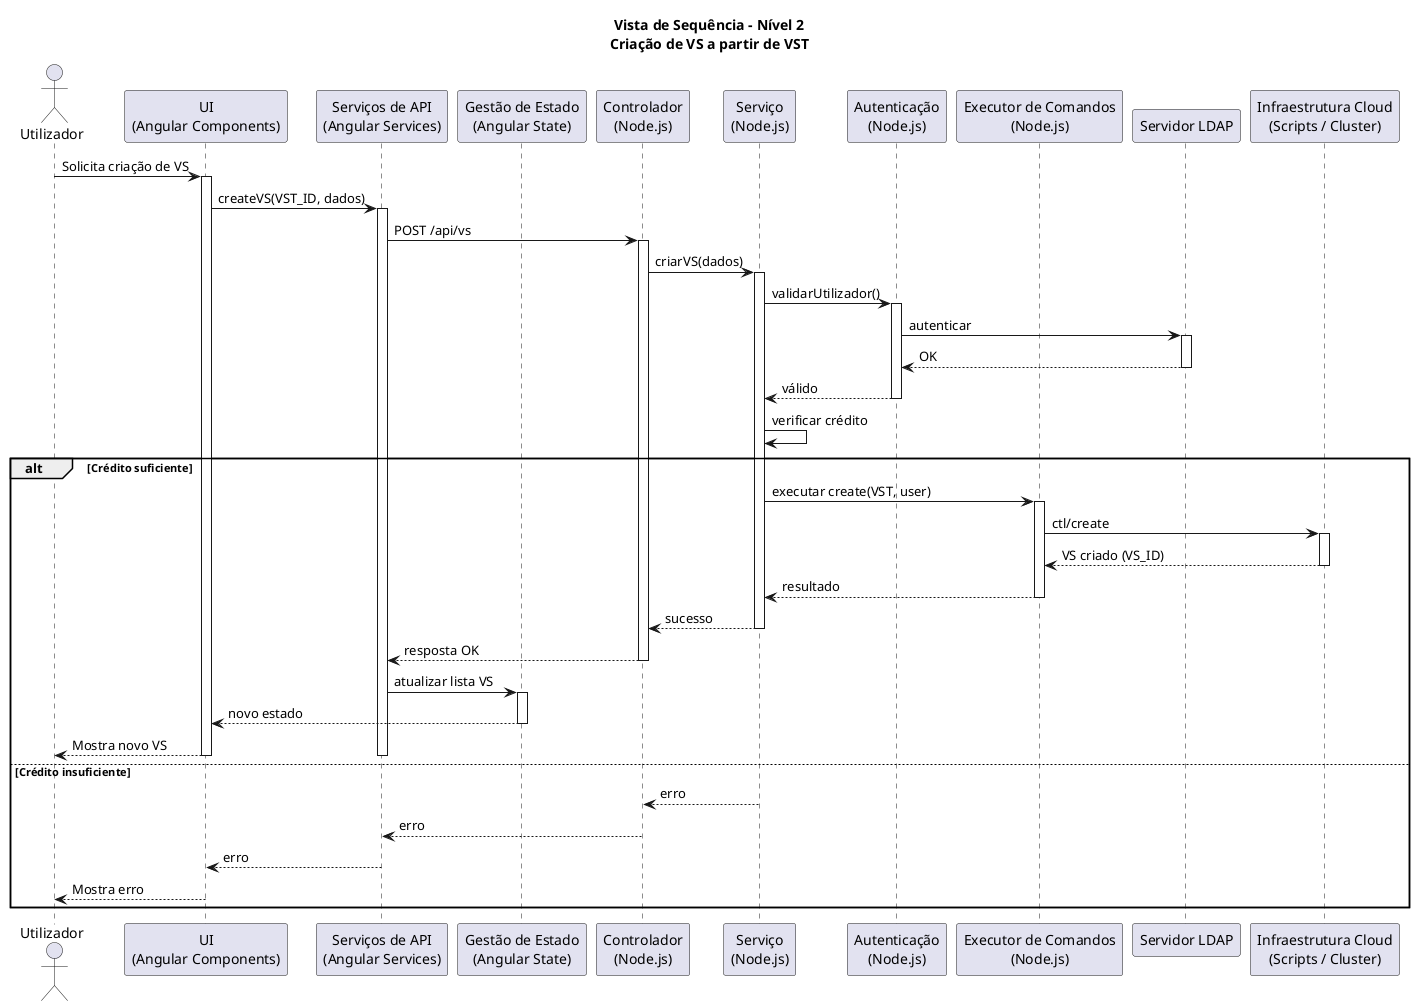
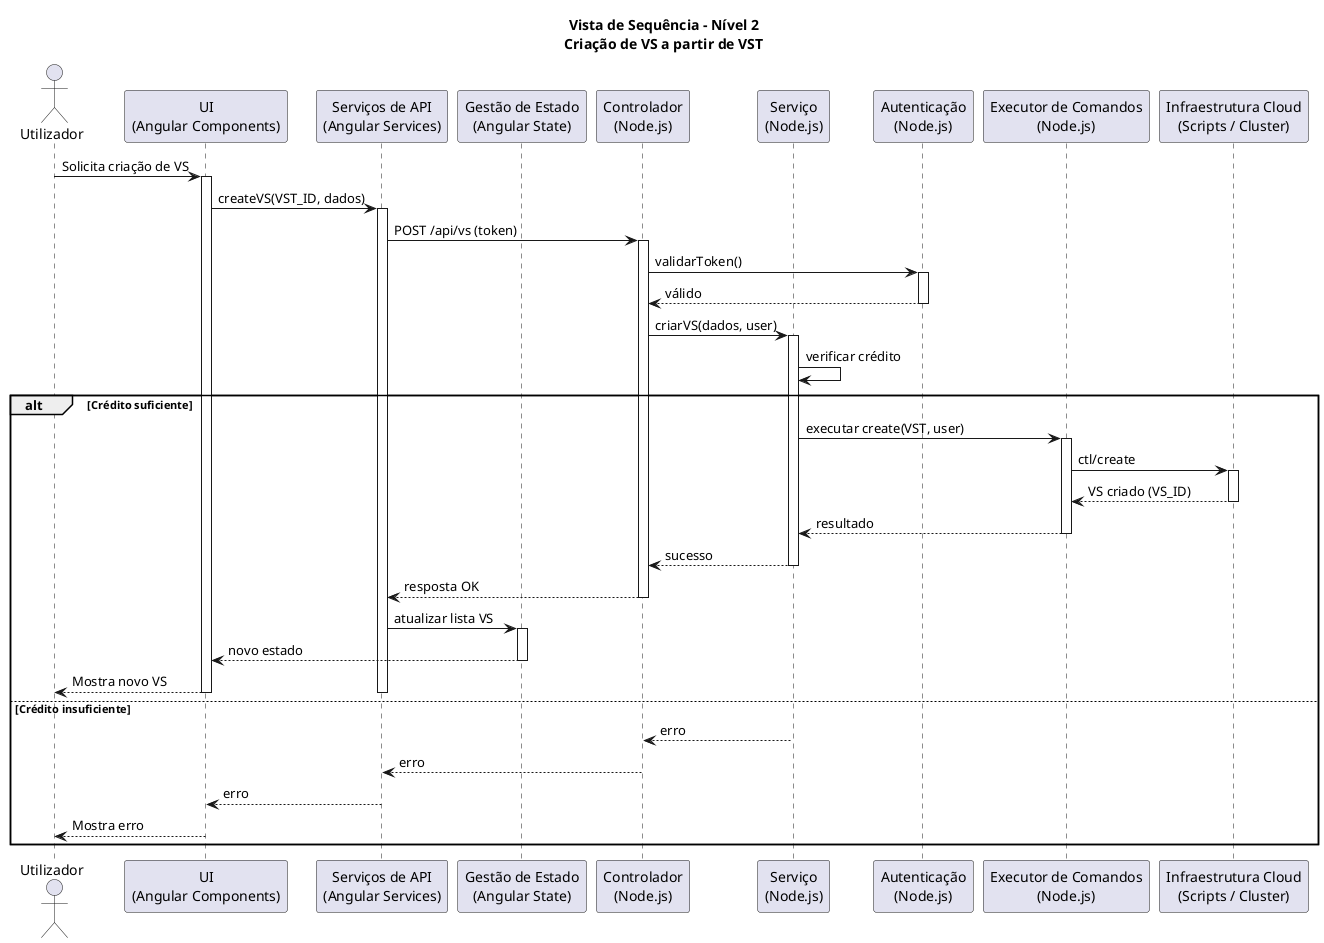
@startuml
title Vista de Sequência - Nível 2\nCriação de VS a partir de VST

actor Utilizador as user

participant "UI\n(Angular Components)" as ui
participant "Serviços de API\n(Angular Services)" as services
participant "Gestão de Estado\n(Angular State)" as state

participant "Controlador\n(Node.js)" as controller
participant "Serviço\n(Node.js)" as service
participant "Autenticação\n(Node.js)" as auth
participant "Executor de Comandos\n(Node.js)" as executor

- participant "Servidor LDAP" as ldap
participant "Infraestrutura Cloud\n(Scripts / Cluster)" as cloud

user -> ui : Solicita criação de VS
activate ui

ui -> services : createVS(VST_ID, dados)
activate services

- services -> controller : POST /api/vs
+ services -> controller : POST /api/vs (token)
activate controller

- controller -> service : criarVS(dados)
+ controller -> auth : validarToken()
+ activate auth
+ auth --> controller : válido
+ deactivate auth
+ 
+ controller -> service : criarVS(dados, user)
activate service
- 
- service -> auth : validarUtilizador()
- activate auth
- 
- auth -> ldap : autenticar
- activate ldap
- ldap --> auth : OK
- deactivate ldap
- 
- auth --> service : válido
- deactivate auth

service -> service : verificar crédito

alt Crédito suficiente

    service -> executor : executar create(VST, user)
    activate executor

    executor -> cloud : ctl/create
    activate cloud
    cloud --> executor : VS criado (VS_ID)
    deactivate cloud

    executor --> service : resultado
    deactivate executor

    service --> controller : sucesso
    deactivate service

    controller --> services : resposta OK
    deactivate controller

    services -> state : atualizar lista VS
    activate state
    state --> ui : novo estado
    deactivate state

    ui --> user : Mostra novo VS
    deactivate services
    deactivate ui

else Crédito insuficiente

    service --> controller : erro
    deactivate service

    controller --> services : erro
    deactivate controller

    services --> ui : erro

    ui --> user : Mostra erro
    deactivate services
    deactivate ui

end

@enduml